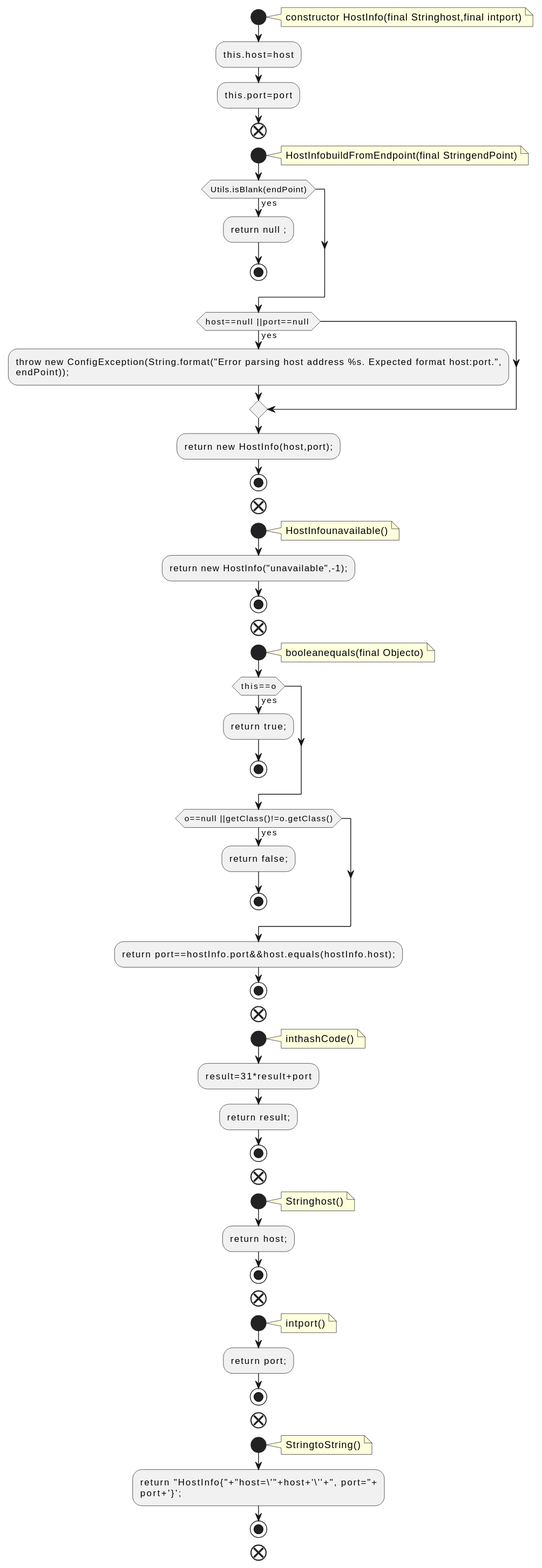
Earlier version of the PlantUML export docs/qc/streams/src/main/java/org/apache/kafka/streams/state/HostInfo.java.fct.svg (qualitesys/kafka).
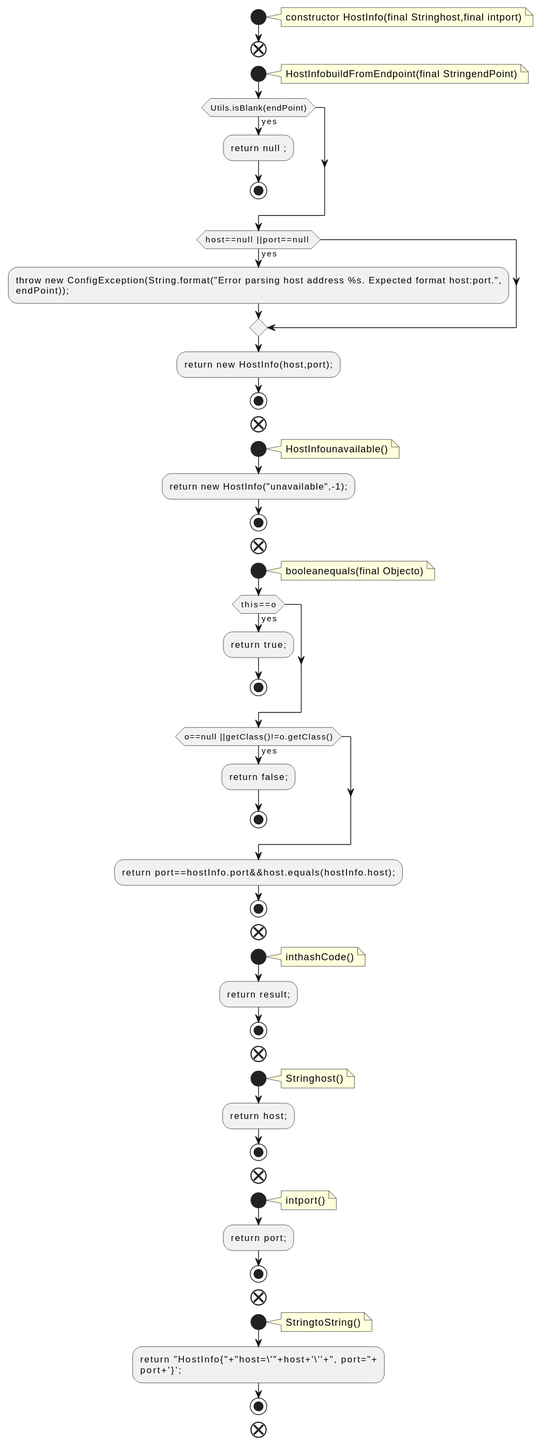
The same diagram one commit later.

The edit, as a diff of the source:
```diff
@@ -4,8 +4,6 @@
 note right
 constructor HostInfo(final Stringhost,final intport)
 end note
-:this.host=host;
-:this.port=port;
 end
 start
 note right
@@ -48,7 +46,6 @@
 note right
 inthashCode()
 end note
-:result=31*result+port;
 :return result;;
 stop
 end
```
